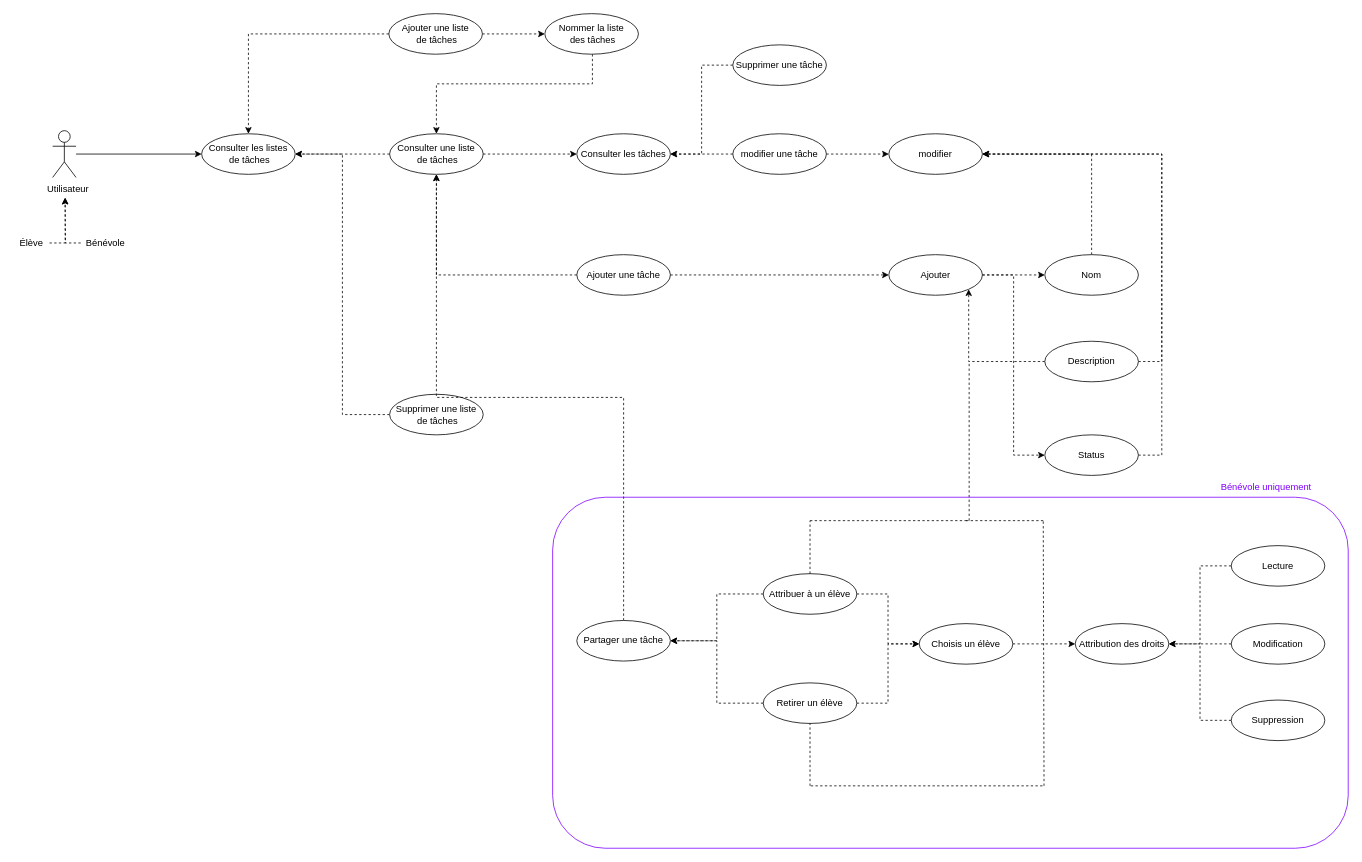
This is oc/oc10/cas_d_utilisation_gestion_des_taches.drawio from tempetflamer/Assets, a draw.io file, before an edit. Source tidied: cells renumbered, new cells numbered last; positions are measured from the earlier drawing's top-left corner, leaving out a move shared by most shapes. Both pictures are drawn from the tidied source at 78%, with x=0, y=0 at pixel (13, 13).
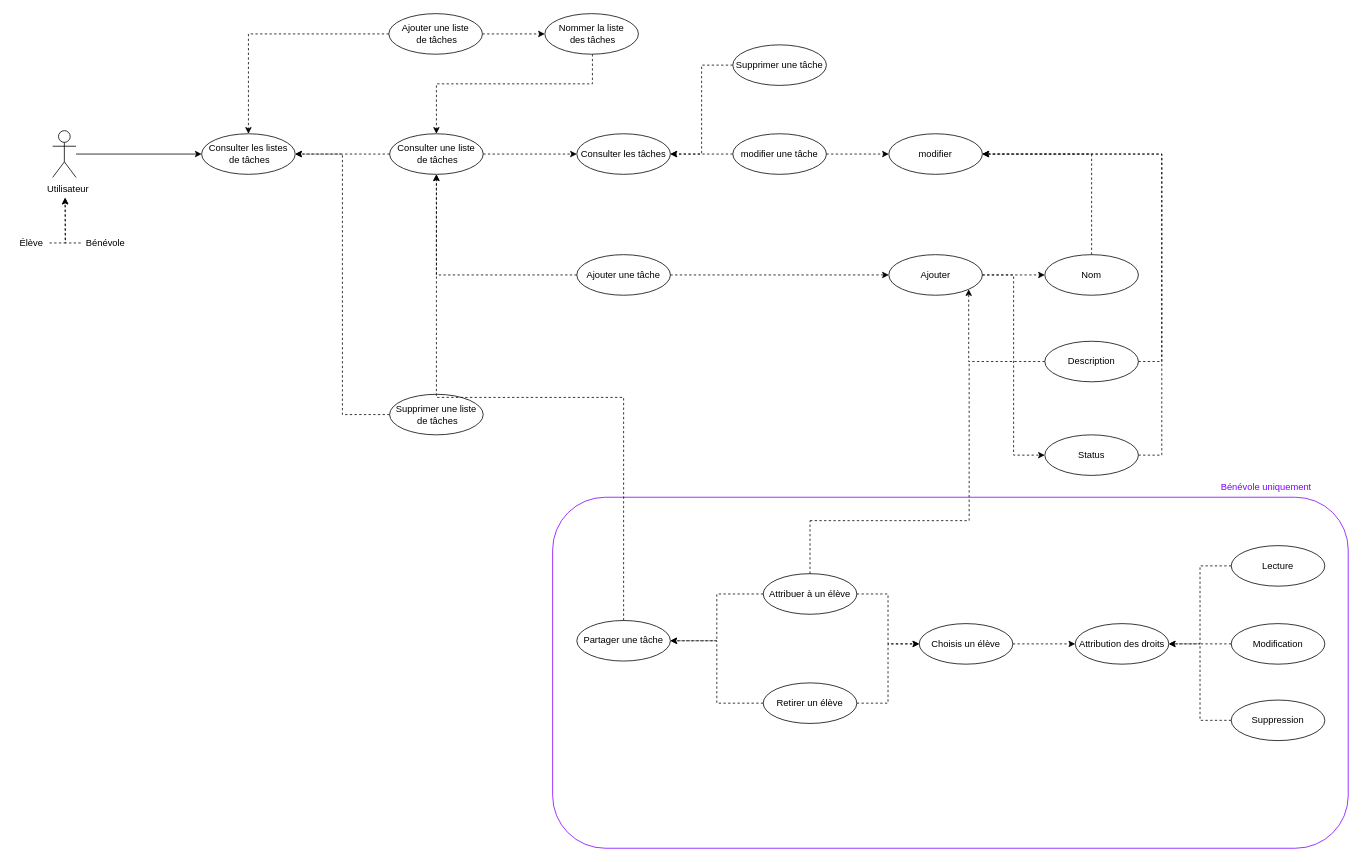
The same page after the edit.

Commit message (it also covers changes not shown here):
Mettre à jour cas_d_utilisation_gestion_des_taches.drawio

Unchanged cells that the change refers to:
```xml
<mxCell id="45" value="&lt;div&gt;Retirer un élève&lt;/div&gt;" style="ellipse;whiteSpace=wrap;html=1;" parent="1" vertex="1">
  <mxGeometry x="961" y="858" width="120" height="52" as="geometry" />
</mxCell>
```

Diff of the diagram source:
```diff
@@
+    <mxCell id="64" style="rounded=1;whiteSpace=wrap;html=1;fillColor=none;strokeColor=#8000ff;" parent="1" vertex="1">
+      <mxGeometry x="691" y="620" width="1020" height="450" as="geometry" />
+    </mxCell>
@@
-    <mxCell id="52" style="endArrow=none;html=1;rounded=0;dashed=1;" parent="1" edge="1">
-      <mxGeometry relative="1" as="geometry">
-        <mxPoint x="1321" y="990" as="sourcePoint" />
-        <mxPoint x="1320" y="650" as="targetPoint" />
-      </mxGeometry>
-    </mxCell>
-    <mxCell id="53" style="endArrow=none;html=1;rounded=0;dashed=1;" parent="1" edge="1">
-      <mxGeometry relative="1" as="geometry">
-        <mxPoint x="1221" y="650" as="sourcePoint" />
-        <mxPoint x="1321" y="650" as="targetPoint" />
-      </mxGeometry>
-    </mxCell>
-    <mxCell id="54" style="endArrow=none;html=1;rounded=0;dashed=1;" parent="1" edge="1">
-      <mxGeometry relative="1" as="geometry">
-        <mxPoint x="1022" y="990" as="sourcePoint" />
-        <mxPoint x="1322" y="990" as="targetPoint" />
-      </mxGeometry>
-    </mxCell>
@@
-    <mxCell id="56" style="endArrow=none;html=1;rounded=0;dashed=1;entryX=0.5;entryY=1;entryDx=0;entryDy=0;" parent="1" edge="1" target="45">
-      <mxGeometry relative="1" as="geometry">
-        <mxPoint x="1021" y="990" as="sourcePoint" />
-      </mxGeometry>
-    </mxCell>
@@
-    <mxCell id="64" style="rounded=1;whiteSpace=wrap;html=1;fillColor=none;strokeColor=#8000ff;" parent="1" vertex="1">
-      <mxGeometry x="691" y="620" width="1020" height="450" as="geometry" />
-    </mxCell>
```
